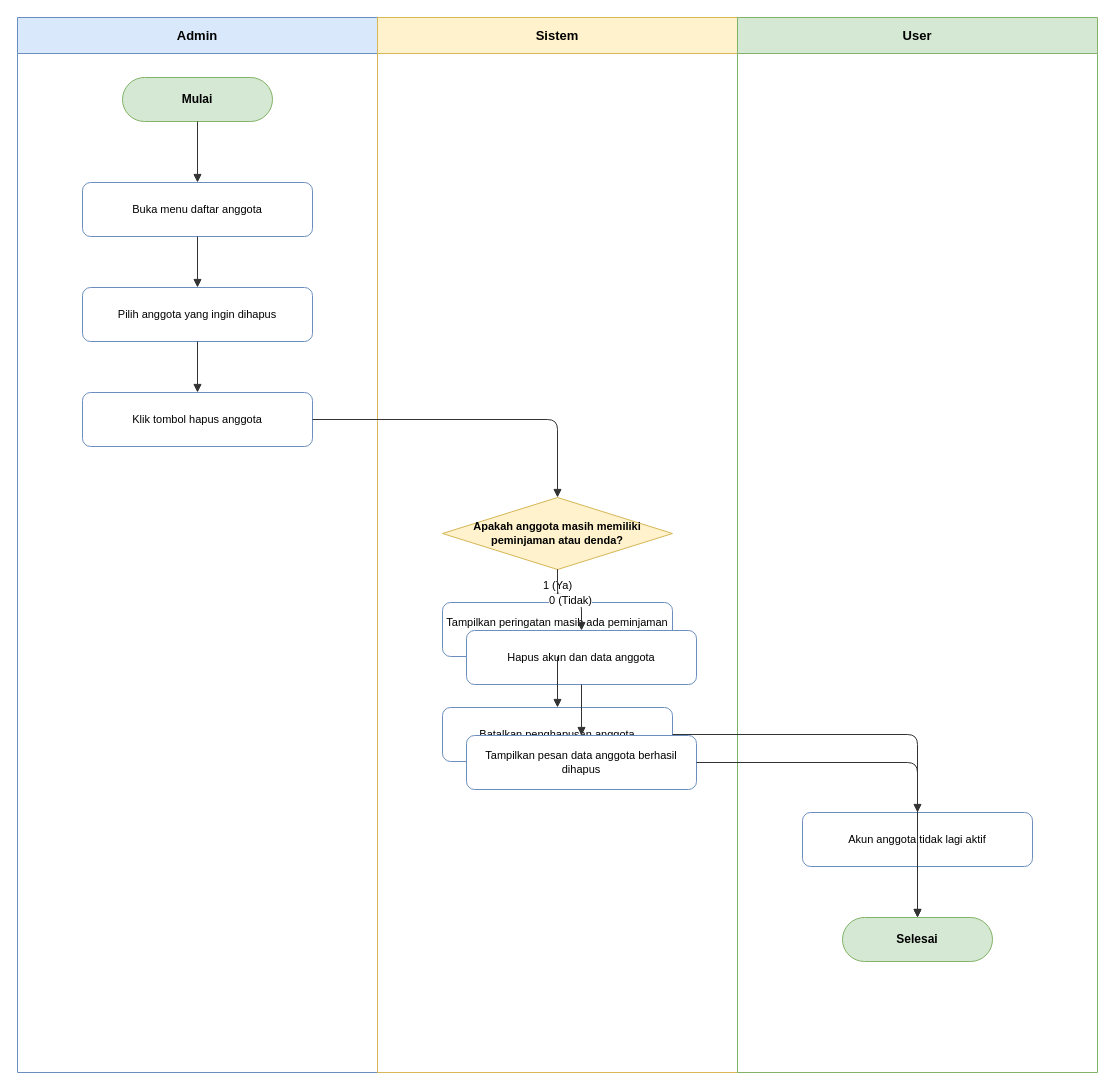
Above: docs/diagrams/activity/activity-deleteuser.drawio in dimstyle/ruang-baca (draw.io), before the change. Source tidied: cells renumbered, new cells numbered last; positions are measured from the earlier drawing's top-left corner, leaving out a move shared by most shapes. Both pictures are drawn from the tidied source at 100%, with x=0, y=0 at pixel (17, 17).
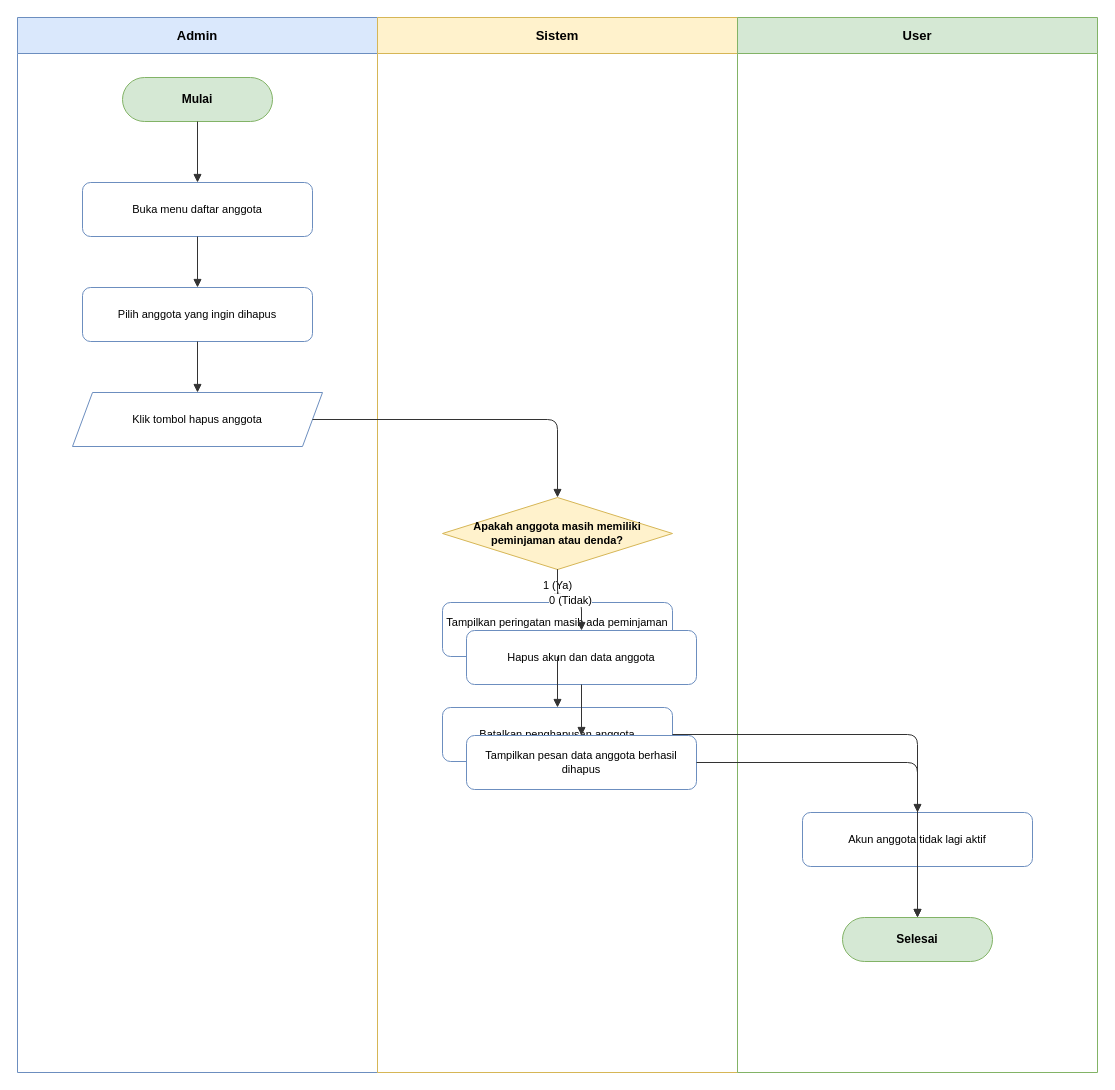
After the change.

Unchanged cells that the change refers to:
```xml
<mxCell id="2" value="Admin" style="swimlane;whiteSpace=wrap;html=1;startSize=36;fillColor=#dae8fc;strokeColor=#6c8ebf;fontStyle=1;fontSize=13;" parent="1" vertex="1">
  <mxGeometry width="360" height="1055" as="geometry" />
</mxCell>
```

The edit, as a diff of the source:
```diff
@@
-    <mxCell id="8" value="Klik tombol hapus anggota" style="rounded=1;whiteSpace=wrap;html=1;fillColor=#ffffff;strokeColor=#6c8ebf;fontSize=11;" parent="2" vertex="1">
-      <mxGeometry x="65" y="375" width="230" height="54" as="geometry" />
+    <mxCell id="8" value="Klik tombol hapus anggota" style="shape=parallelogram;perimeter=parallelogramPerimeter;whiteSpace=wrap;html=1;fixedSize=1;fillColor=#ffffff;strokeColor=#6c8ebf;fontSize=11;" parent="2" vertex="1">
+      <mxGeometry x="55" y="375" width="250" height="54" as="geometry" />
     </mxCell>
```
